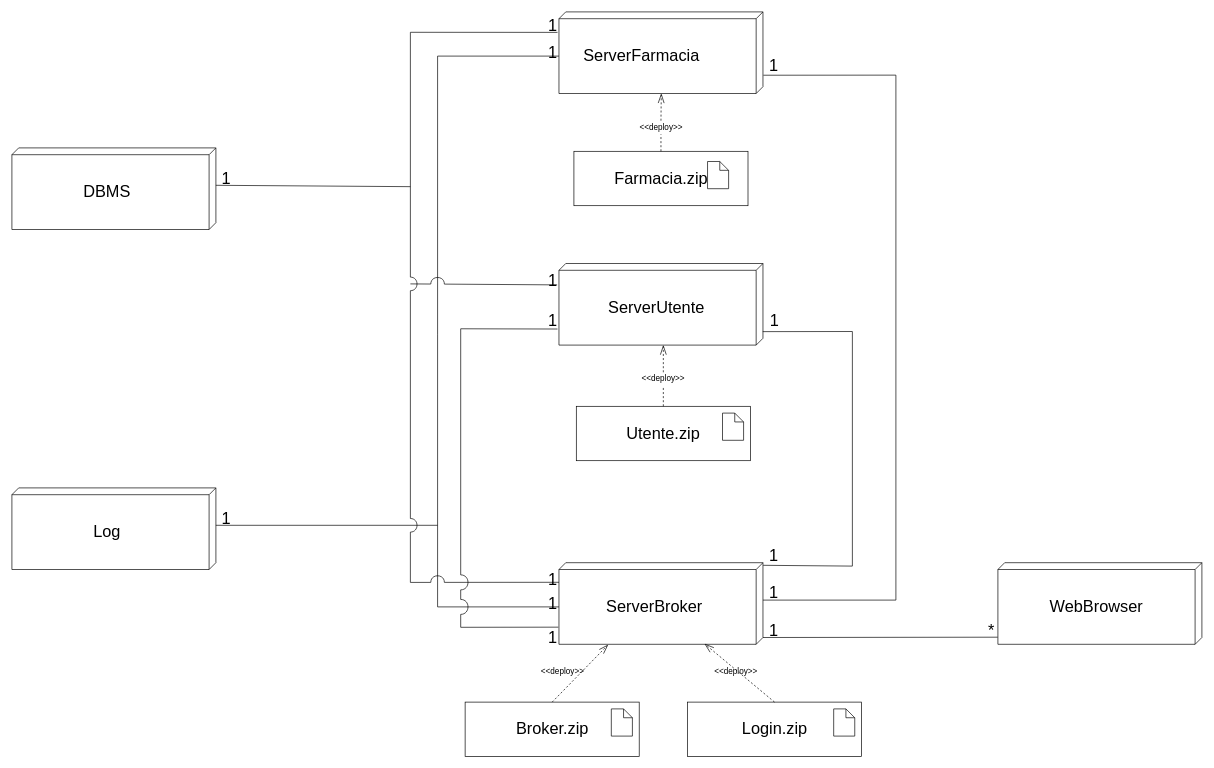
Earlier version of the draw.io diagram page "Type-Level" (2 of 2) of drawio/Progettazione/Deployment.drawio (lnwor/farmabyte-doc). Source tidied: cells renumbered, new cells numbered last; positions are measured from the earlier drawing's top-left corner, leaving out a move shared by most shapes. Both pictures are drawn from the tidied source at 68%, with x=0, y=0 at pixel (12, 12).
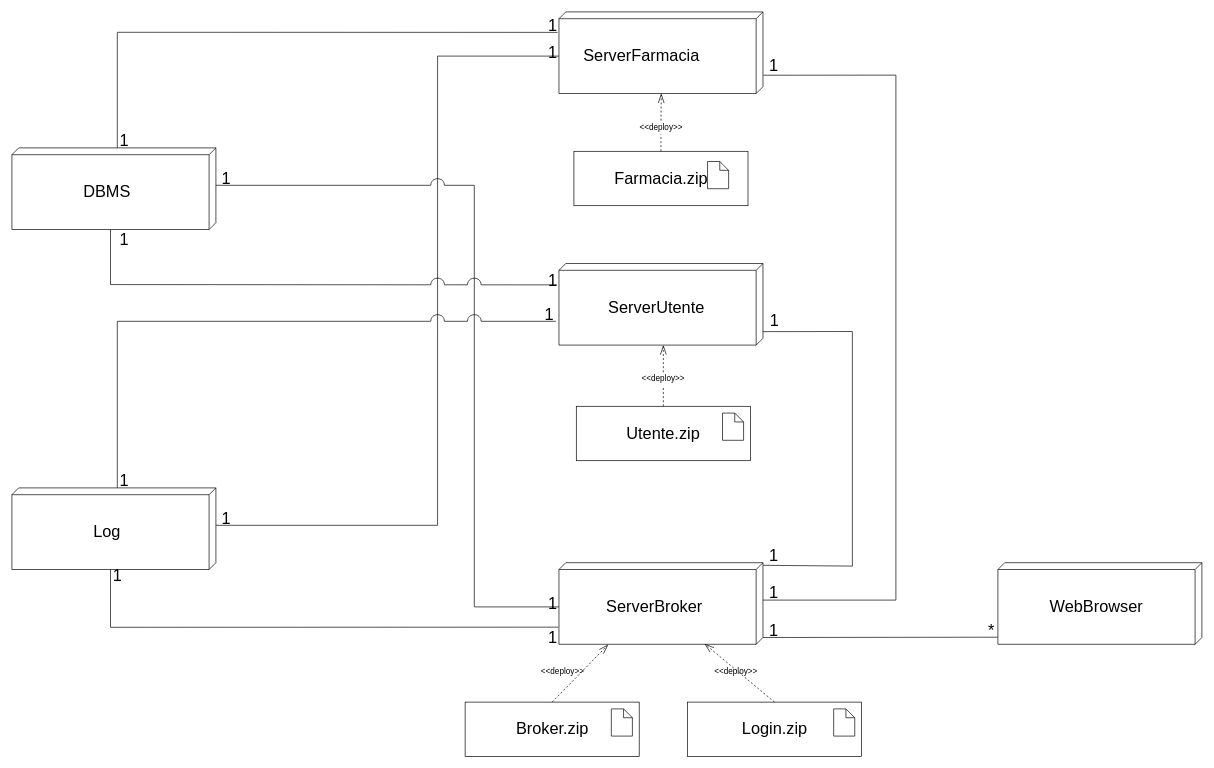
Above is the later version.

Unchanged cells that the change refers to:
```xml
<mxCell id="5" value="&lt;p style=&quot;line-height: 320%&quot;&gt;&lt;br&gt;&lt;/p&gt;" style="verticalAlign=top;align=center;spacingTop=8;spacingLeft=2;spacingRight=12;shape=cube;size=10;direction=south;fontStyle=4;html=1;rounded=0;shadow=0;comic=0;labelBackgroundColor=none;strokeWidth=1;fontFamily=Verdana;fontSize=12;" parent="1" vertex="1">
  <mxGeometry y="200" width="300" height="120" as="geometry" />
</mxCell>
<mxCell id="7" value="&lt;p style=&quot;line-height: 320%&quot;&gt;&lt;br&gt;&lt;/p&gt;" style="verticalAlign=top;align=center;spacingTop=8;spacingLeft=2;spacingRight=12;shape=cube;size=10;direction=south;fontStyle=4;html=1;rounded=0;shadow=0;comic=0;labelBackgroundColor=none;strokeWidth=1;fontFamily=Verdana;fontSize=12;" parent="1" vertex="1">
  <mxGeometry x="804.5" y="810" width="300" height="120" as="geometry" />
</mxCell>
<mxCell id="9" value="&lt;p style=&quot;line-height: 320%&quot;&gt;&lt;br&gt;&lt;/p&gt;" style="verticalAlign=top;align=center;spacingTop=8;spacingLeft=2;spacingRight=12;shape=cube;size=10;direction=south;fontStyle=4;html=1;rounded=0;shadow=0;comic=0;labelBackgroundColor=none;strokeWidth=1;fontFamily=Verdana;fontSize=12;" parent="1" vertex="1">
  <mxGeometry x="804.5" y="370" width="300" height="120" as="geometry" />
</mxCell>
<mxCell id="11" value="&lt;p style=&quot;line-height: 320%&quot;&gt;&lt;br&gt;&lt;/p&gt;" style="verticalAlign=top;align=center;spacingTop=8;spacingLeft=2;spacingRight=12;shape=cube;size=10;direction=south;fontStyle=4;html=1;rounded=0;shadow=0;comic=0;labelBackgroundColor=none;strokeWidth=1;fontFamily=Verdana;fontSize=12;" parent="1" vertex="1">
  <mxGeometry x="804.5" width="300" height="120" as="geometry" />
</mxCell>
<mxCell id="16" value="&lt;p style=&quot;line-height: 320%&quot;&gt;&lt;br&gt;&lt;/p&gt;" style="verticalAlign=top;align=center;spacingTop=8;spacingLeft=2;spacingRight=12;shape=cube;size=10;direction=south;fontStyle=4;html=1;rounded=0;shadow=0;comic=0;labelBackgroundColor=none;strokeWidth=1;fontFamily=Verdana;fontSize=12;" parent="1" vertex="1">
  <mxGeometry y="700" width="300" height="120" as="geometry" />
</mxCell>
```

Change to the diagram source:
```diff
@@
-    <mxCell id="30" style="endArrow=none;html=1;rounded=0;entryX=0;entryY=0;entryDx=65;entryDy=300;entryPerimeter=0;exitX=0;exitY=0;exitDx=65;exitDy=300;exitPerimeter=0;endFill=0;" parent="1" edge="1" source="7" target="11">
+    <mxCell id="30" style="endArrow=none;html=1;rounded=0;entryX=0;entryY=0;entryDx=65;entryDy=300;entryPerimeter=0;endFill=0;exitX=0;exitY=0;exitDx=55.00000000000001;exitDy=0;exitPerimeter=0;" parent="1" edge="1" source="16" target="11">
       <mxGeometry relative="1" as="geometry">
         <Array as="points">
-          <mxPoint x="626" y="875" />
+          <mxPoint x="626" y="755" />
           <mxPoint x="626" y="475" />
           <mxPoint x="626" y="65" />
         </Array>
       </mxGeometry>
     </mxCell>
-    <mxCell id="31" style="endArrow=none;html=1;entryX=0.262;entryY=1.009;entryDx=0;entryDy=0;entryPerimeter=0;jumpStyle=arc;jumpSize=20;endFill=0;" parent="1" edge="1" target="9">
-      <mxGeometry relative="1" as="geometry">
-        <mxPoint x="586" y="400" as="sourcePoint" />
-      </mxGeometry>
-    </mxCell>
-    <mxCell id="32" style="endArrow=none;html=1;exitX=0;exitY=0;exitDx=55;exitDy=0;exitPerimeter=0;endFill=0;" parent="1" edge="1" source="5">
+    <mxCell id="32" style="endArrow=none;html=1;exitX=0;exitY=0;exitDx=55;exitDy=0;exitPerimeter=0;endFill=0;entryX=0;entryY=0;entryDx=65;entryDy=300;entryPerimeter=0;rounded=0;jumpStyle=arc;jumpSize=20;" parent="1" edge="1" source="5" target="7">
       <mxGeometry relative="1" as="geometry">
-        <mxPoint x="586" y="257" as="targetPoint" />
+        <Array as="points">
+          <mxPoint x="680" y="255" />
+          <mxPoint x="680" y="875" />
+        </Array>
       </mxGeometry>
     </mxCell>
-    <mxCell id="33" style="endArrow=none;html=1;exitX=0;exitY=0;exitDx=55;exitDy=0;exitPerimeter=0;endFill=0;jumpStyle=arc;jumpSize=20;" parent="1" edge="1" source="16">
+    <mxCell id="33" style="endArrow=none;html=1;endFill=0;jumpStyle=arc;jumpSize=20;entryX=0;entryY=0;entryDx=0;entryDy=145;entryPerimeter=0;rounded=0;" parent="1" edge="1" target="16">
       <mxGeometry relative="1" as="geometry">
-        <mxPoint x="626" y="755" as="targetPoint" />
+        <mxPoint x="800" y="455" as="sourcePoint" />
+        <Array as="points">
+          <mxPoint x="780" y="455" />
+          <mxPoint x="155" y="455" />
+        </Array>
       </mxGeometry>
     </mxCell>
-    <mxCell id="34" style="endArrow=none;html=1;rounded=0;entryX=0.251;entryY=1.007;entryDx=0;entryDy=0;entryPerimeter=0;jumpStyle=arc;jumpSize=20;exitX=0.24;exitY=1;exitDx=0;exitDy=0;exitPerimeter=0;endFill=0;" parent="1" edge="1" source="7" target="11">
+    <mxCell id="34" style="endArrow=none;html=1;rounded=0;entryX=0.251;entryY=1.007;entryDx=0;entryDy=0;entryPerimeter=0;jumpStyle=arc;jumpSize=20;endFill=0;exitX=0;exitY=0;exitDx=0;exitDy=145;exitPerimeter=0;" parent="1" edge="1" source="5" target="11">
       <mxGeometry relative="1" as="geometry">
         <Array as="points">
-          <mxPoint x="586" y="839" />
-          <mxPoint x="586" y="30" />
+          <mxPoint x="155" y="30" />
         </Array>
       </mxGeometry>
     </mxCell>
@@
     <mxCell id="44" value="&lt;font style=&quot;font-size: 24px&quot;&gt;1&lt;/font&gt;" style="text;html=1;align=center;verticalAlign=middle;strokeColor=none;" parent="1" vertex="1">
-      <mxGeometry x="779.5" y="445" width="30" height="20" as="geometry" />
+      <mxGeometry x="774.5" y="435" width="30" height="20" as="geometry" />
     </mxCell>
@@
     <mxCell id="48" value="&lt;font style=&quot;font-size: 24px&quot;&gt;1&lt;/font&gt;" style="text;html=1;align=center;verticalAlign=middle;strokeColor=none;" parent="1" vertex="1">
-      <mxGeometry x="779.5" y="825" width="30" height="20" as="geometry" />
+      <mxGeometry x="150" y="325" width="30" height="20" as="geometry" />
     </mxCell>
@@
-    <mxCell id="54" style="endArrow=none;html=1;rounded=0;endFill=0;entryX=0.803;entryY=1.007;entryDx=0;entryDy=0;entryPerimeter=0;exitX=0.79;exitY=1.003;exitDx=0;exitDy=0;exitPerimeter=0;jumpStyle=arc;jumpSize=22;" parent="1" edge="1" source="7" target="9">
+    <mxCell id="54" style="endArrow=none;html=1;rounded=0;endFill=0;exitX=0.79;exitY=1.003;exitDx=0;exitDy=0;exitPerimeter=0;jumpStyle=arc;jumpSize=22;entryX=0;entryY=0;entryDx=120.00000000000001;entryDy=155;entryPerimeter=0;" parent="1" edge="1" source="7" target="16">
       <mxGeometry relative="1" as="geometry">
         <Array as="points">
           <mxPoint x="660" y="905" />
-          <mxPoint x="660" y="505" />
-          <mxPoint x="660" y="466" />
+          <mxPoint x="550" y="905" />
+          <mxPoint x="145" y="905" />
         </Array>
       </mxGeometry>
     </mxCell>
@@
+    <mxCell id="31" style="endArrow=none;html=1;entryX=0.262;entryY=1.009;entryDx=0;entryDy=0;entryPerimeter=0;jumpStyle=arc;jumpSize=20;endFill=0;exitX=0;exitY=0;exitDx=120.00000000000001;exitDy=155;exitPerimeter=0;rounded=0;" parent="1" edge="1" source="5" target="9">
+      <mxGeometry relative="1" as="geometry">
+        <Array as="points">
+          <mxPoint x="145" y="401" />
+        </Array>
+      </mxGeometry>
+    </mxCell>
+    <mxCell id="56" value="&lt;font style=&quot;font-size: 24px&quot;&gt;1&lt;/font&gt;" style="text;html=1;align=center;verticalAlign=middle;strokeColor=none;" parent="1" vertex="1">
+      <mxGeometry x="150" y="180" width="30" height="20" as="geometry" />
+    </mxCell>
+    <mxCell id="57" value="&lt;font style=&quot;font-size: 24px&quot;&gt;1&lt;/font&gt;" style="text;html=1;align=center;verticalAlign=middle;strokeColor=none;" parent="1" vertex="1">
+      <mxGeometry x="150" y="680" width="30" height="20" as="geometry" />
+    </mxCell>
+    <mxCell id="58" value="&lt;font style=&quot;font-size: 24px&quot;&gt;1&lt;/font&gt;" style="text;html=1;align=center;verticalAlign=middle;strokeColor=none;" parent="1" vertex="1">
+      <mxGeometry x="140" y="820" width="30" height="20" as="geometry" />
+    </mxCell>
```
